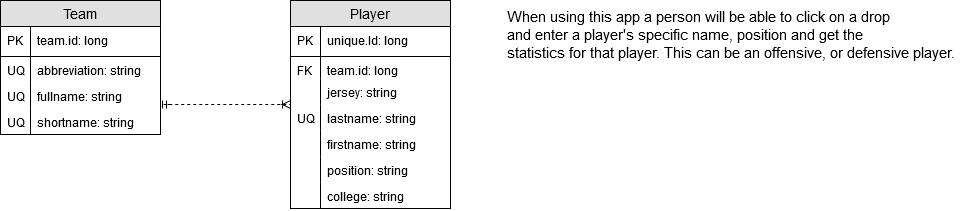
This is docs/erd.png from NewbieCoder10/fantasy-football-stats, a draw.io export, as it was before one commit. Source tidied: cells renumbered, new cells last; positions are measured from the earlier drawing's top-left corner, leaving out a move shared by most shapes.
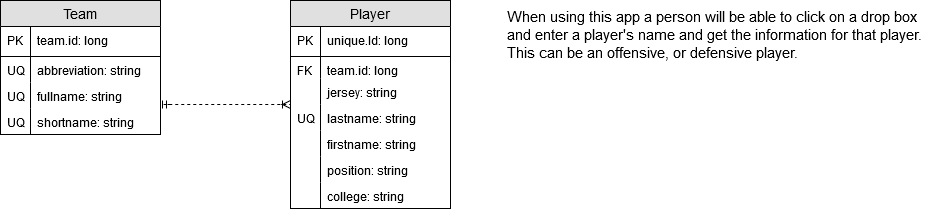
Later version of the same file.

Change to the diagram source:
```diff
@@ -84,8 +84,8 @@
         </Array>
       </mxGeometry>
     </mxCell>
-    <mxCell id="27" value="&lt;div style=&quot;font-size: 15px&quot;&gt;&lt;font style=&quot;font-size: 15px&quot;&gt;When using this app a person will be able to click on a drop&lt;/font&gt;&lt;/div&gt;&lt;div style=&quot;font-size: 15px&quot;&gt;&lt;font style=&quot;font-size: 15px&quot;&gt;and enter a player's specific name, position and get the &lt;br&gt;&lt;/font&gt;&lt;/div&gt;&lt;div style=&quot;font-size: 15px&quot;&gt;&lt;font style=&quot;font-size: 15px&quot;&gt;statistics for that player. This can be an offensive, or defensive player.&lt;br&gt;&lt;/font&gt;&lt;/div&gt;" style="text;html=1;align=left;verticalAlign=top;spacingTop=-4;" parent="1" vertex="1">
-      <mxGeometry x="505" y="6" width="460" height="40" as="geometry" />
+    <mxCell id="27" value="&lt;div style=&quot;font-size: 15px&quot;&gt;&lt;font style=&quot;font-size: 15px&quot;&gt;When using this app a person will be able to click on a drop box&lt;br&gt;&lt;/font&gt;&lt;/div&gt;&lt;div style=&quot;font-size: 15px&quot;&gt;&lt;font style=&quot;font-size: 15px&quot;&gt;and enter a player's name and get the information for that player.&lt;/font&gt;&lt;/div&gt;&lt;div style=&quot;font-size: 15px&quot;&gt;&lt;font style=&quot;font-size: 15px&quot;&gt;This can be an offensive, or defensive player.&lt;br&gt;&lt;/font&gt;&lt;/div&gt;" style="text;html=1;align=left;verticalAlign=top;spacingTop=-4;" parent="1" vertex="1">
+      <mxGeometry x="505" y="6" width="430" height="40" as="geometry" />
     </mxCell>
   </root>
 </mxGraphModel>
```
